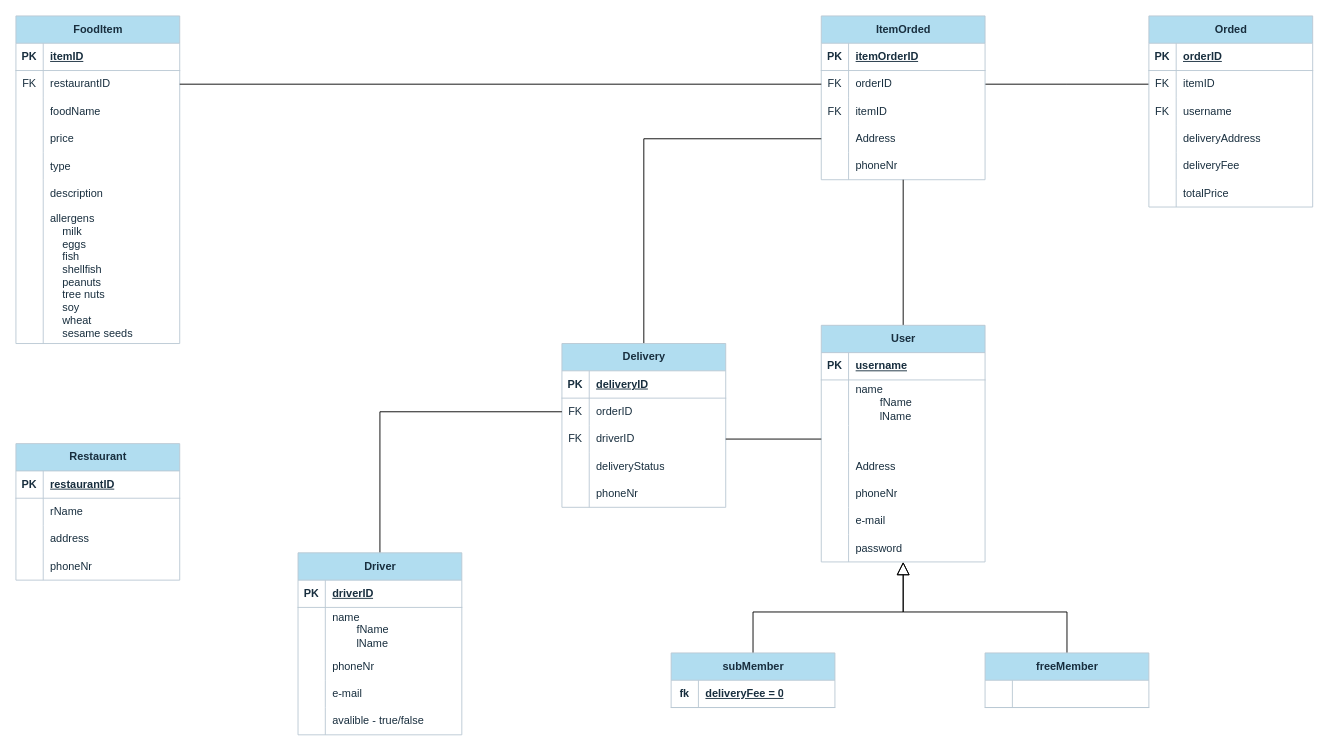
Before: Database EE/EER oblig4 .drawio in SimonVTinjar/Draw-io, a draw.io diagram. Source tidied: cells renumbered, new cells numbered last; positions are measured from the earlier drawing's top-left corner, leaving out a move shared by most shapes. Both pictures are drawn from the tidied source at 91%, with x=0, y=0 at pixel (15, 15).
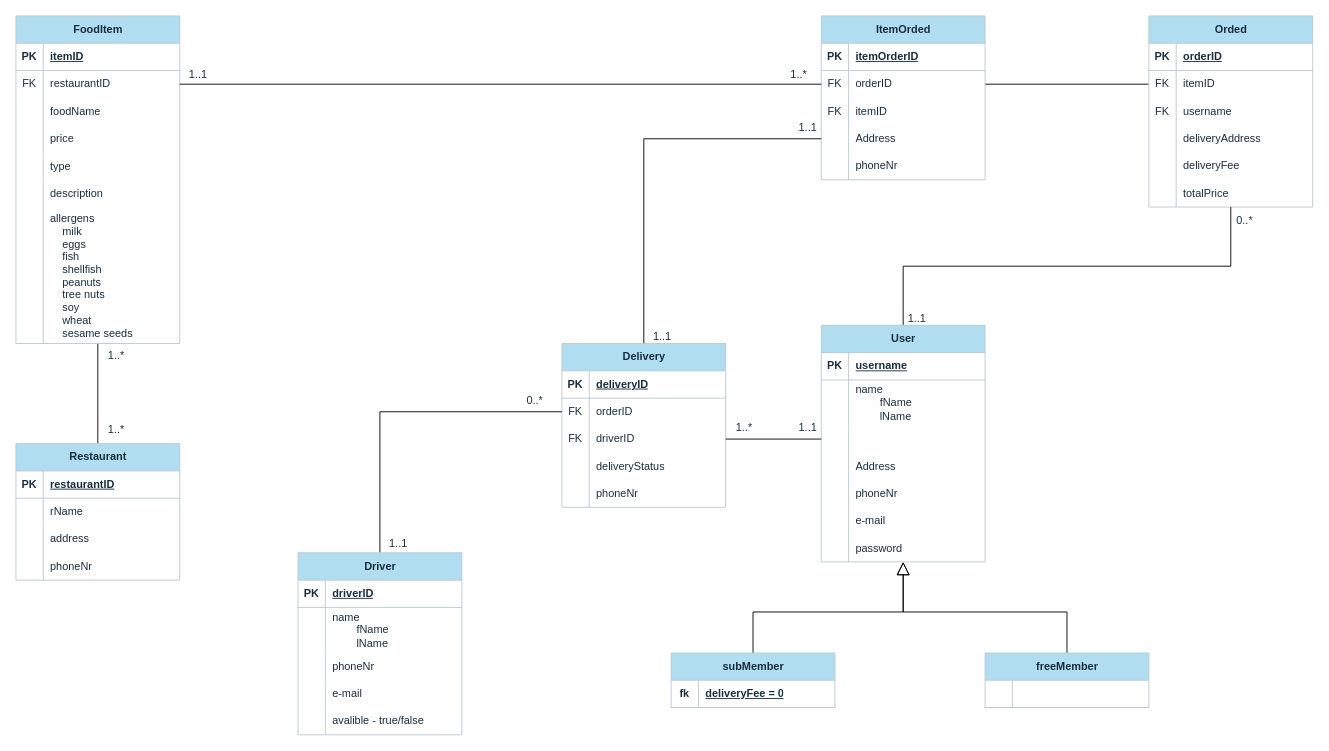
The same page after the edit.

Unchanged cells that the change refers to:
```xml
<mxCell id="2" value="Restaurant" style="shape=table;startSize=30;childLayout=tableLayout;rowLines=0;fontStyle=1;align=center;html=1;strokeColor=#BAC8D3;fontColor=#182E3E;fillColor=#B1DDF0;" parent="1" vertex="1">
  <mxGeometry y="470" width="180" height="150" as="geometry" />
</mxCell>
<mxCell id="15" value="FoodItem" style="shape=table;startSize=30;childLayout=tableLayout;rowLines=0;fontStyle=1;align=center;html=1;strokeColor=#BAC8D3;fontColor=#182E3E;fillColor=#B1DDF0;" parent="1" vertex="1">
  <mxGeometry width="180" height="360" as="geometry" />
</mxCell>
<mxCell id="19" style="shape=tableRow;horizontal=0;startSize=0;swimlaneHead=0;swimlaneBody=0;fillColor=none;points=[[0,0.5],[1,0.5]];portConstraint=eastwest;top=0;left=0;right=0;bottom=0;strokeColor=#BAC8D3;fontColor=#182E3E;" parent="15" vertex="1">
  <mxGeometry y="60" width="180" height="30" as="geometry" />
</mxCell>
<mxCell id="38" value="ItemOrded" style="shape=table;startSize=30;childLayout=tableLayout;rowLines=0;fontStyle=1;align=center;html=1;strokeColor=#BAC8D3;fontColor=#182E3E;fillColor=#B1DDF0;" parent="1" vertex="1">
  <mxGeometry x="885" width="180" height="180" as="geometry" />
</mxCell>
<mxCell id="42" style="shape=tableRow;horizontal=0;startSize=0;swimlaneHead=0;swimlaneBody=0;fillColor=none;points=[[0,0.5],[1,0.5]];portConstraint=eastwest;top=0;left=0;right=0;bottom=0;strokeColor=#BAC8D3;fontColor=#182E3E;" parent="38" vertex="1">
  <mxGeometry y="60" width="180" height="30" as="geometry" />
</mxCell>
<mxCell id="54" value="Orded" style="shape=table;startSize=30;childLayout=tableLayout;rowLines=0;fontStyle=1;align=center;html=1;strokeColor=#BAC8D3;fontColor=#182E3E;fillColor=#B1DDF0;" parent="1" vertex="1">
  <mxGeometry x="1245" width="180" height="210" as="geometry" />
</mxCell>
<mxCell id="74" value="User" style="shape=table;startSize=30;childLayout=tableLayout;rowLines=0;fontStyle=1;align=center;html=1;strokeColor=#BAC8D3;fontColor=#182E3E;fillColor=#B1DDF0;" parent="1" vertex="1">
  <mxGeometry x="885" y="340" width="180" height="260" as="geometry" />
</mxCell>
```

The edit, as a diff of the source:
```diff
@@
+    <mxCell id="142" style="edgeStyle=orthogonalEdgeStyle;rounded=0;jettySize=auto;html=1;exitX=0.5;exitY=0;exitDx=0;exitDy=0;strokeColor=light-dark(#000000, #202020);fontColor=#FFFFFF;endArrow=none;startFill=0;" parent="1" edge="1" source="2" target="15">
+      <mxGeometry relative="1" as="geometry" />
+    </mxCell>
@@
-    <mxCell id="73" style="edgeStyle=orthogonalEdgeStyle;rounded=0;jettySize=auto;html=1;exitX=0.5;exitY=0;exitDx=0;exitDy=0;strokeColor=light-dark(#000000, #202020);fontColor=#FFFFFF;endArrow=none;startFill=0;" parent="1" edge="1" source="74" target="38">
+    <mxCell id="73" style="edgeStyle=orthogonalEdgeStyle;rounded=0;jettySize=auto;html=1;exitX=0.5;exitY=0;exitDx=0;exitDy=0;strokeColor=light-dark(#000000, #202020);fontColor=#FFFFFF;endArrow=none;startFill=0;" parent="1" edge="1" source="74" target="54">
       <mxGeometry relative="1" as="geometry" />
     </mxCell>
@@
-    <mxCell id="140" style="edgeStyle=orthogonalEdgeStyle;rounded=0;jettySize=auto;html=1;strokeColor=light-dark(#000000, #202020);fontColor=#FFFFFF;endArrow=none;startFill=0;" parent="1" edge="1" source="42" target="19">
-      <mxGeometry relative="1" as="geometry" />
+    <mxCell id="140" style="edgeStyle=orthogonalEdgeStyle;rounded=0;jettySize=auto;html=1;strokeColor=light-dark(#000000, #202020);fontColor=light-dark(#000000, #121212);endArrow=none;startFill=0;align=center;" parent="1" edge="1" source="42" target="19">
+      <mxGeometry x="0.01" y="-15" relative="1" as="geometry" />
     </mxCell>
@@
+    <mxCell id="143" value="1..1" style="text;html=1;align=center;verticalAlign=middle;strokeColor=none;fillColor=none;fontColor=#182E3E;" parent="1" vertex="1">
+      <mxGeometry x="180" y="50" width="40" height="30" as="geometry" />
+    </mxCell>
+    <mxCell id="144" value="1..*" style="text;html=1;align=center;verticalAlign=middle;strokeColor=none;fillColor=none;fontColor=#182E3E;" parent="1" vertex="1">
+      <mxGeometry x="840" y="50" width="40" height="30" as="geometry" />
+    </mxCell>
+    <mxCell id="145" value="1..*" style="text;html=1;align=center;verticalAlign=middle;strokeColor=none;fillColor=none;fontColor=#182E3E;" parent="1" vertex="1">
+      <mxGeometry x="90" y="358" width="40" height="30" as="geometry" />
+    </mxCell>
+    <mxCell id="146" value="1..*" style="text;html=1;align=center;verticalAlign=middle;strokeColor=none;fillColor=none;fontColor=#182E3E;" parent="1" vertex="1">
+      <mxGeometry x="90" y="440" width="40" height="30" as="geometry" />
+    </mxCell>
+    <mxCell id="147" value="1..1" style="text;html=1;align=center;verticalAlign=middle;strokeColor=none;fillColor=none;fontColor=#182E3E;" parent="1" vertex="1">
+      <mxGeometry x="850" y="108" width="40" height="30" as="geometry" />
+    </mxCell>
+    <mxCell id="148" value="1..1" style="text;html=1;align=center;verticalAlign=middle;strokeColor=none;fillColor=none;fontColor=#182E3E;" parent="1" vertex="1">
+      <mxGeometry x="690" y="338" width="40" height="30" as="geometry" />
+    </mxCell>
+    <mxCell id="149" value="1..1" style="text;html=1;align=center;verticalAlign=middle;strokeColor=none;fillColor=none;fontColor=#182E3E;" parent="1" vertex="1">
+      <mxGeometry x="400" y="565" width="40" height="30" as="geometry" />
+    </mxCell>
+    <mxCell id="150" value="0..*" style="text;html=1;align=center;verticalAlign=middle;strokeColor=none;fillColor=none;fontColor=#182E3E;" parent="1" vertex="1">
+      <mxGeometry x="550" y="408" width="40" height="30" as="geometry" />
+    </mxCell>
+    <mxCell id="151" value="1..*" style="text;html=1;align=center;verticalAlign=middle;strokeColor=none;fillColor=none;fontColor=#182E3E;" parent="1" vertex="1">
+      <mxGeometry x="780" y="438" width="40" height="30" as="geometry" />
+    </mxCell>
+    <mxCell id="152" value="1..1" style="text;html=1;align=center;verticalAlign=middle;strokeColor=none;fillColor=none;fontColor=#182E3E;" parent="1" vertex="1">
+      <mxGeometry x="850" y="438" width="40" height="30" as="geometry" />
+    </mxCell>
+    <mxCell id="153" value="0..*" style="text;html=1;align=center;verticalAlign=middle;strokeColor=none;fillColor=none;fontColor=#182E3E;" parent="1" vertex="1">
+      <mxGeometry x="1330" y="210" width="40" height="30" as="geometry" />
+    </mxCell>
+    <mxCell id="154" value="1..1" style="text;html=1;align=center;verticalAlign=middle;strokeColor=none;fillColor=none;fontColor=#182E3E;" parent="1" vertex="1">
+      <mxGeometry x="970" y="318" width="40" height="30" as="geometry" />
+    </mxCell>
```
